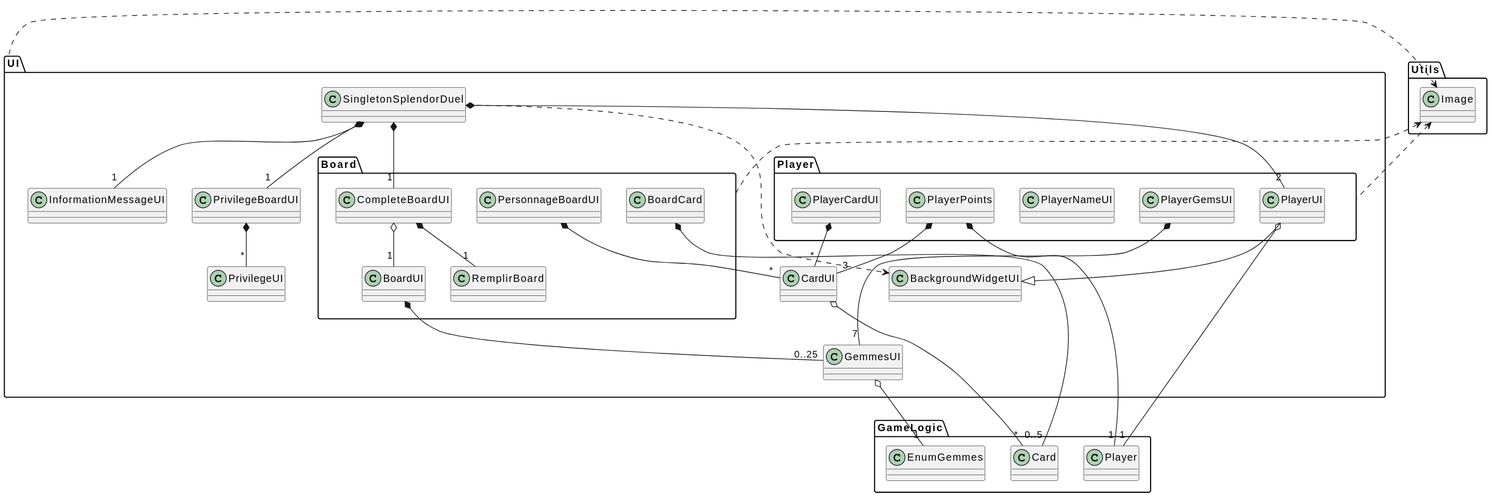
This is mcd_ui.svg from AI22-Splendor/Splendor_DUEL, a PlantUML export, as it was before one commit.
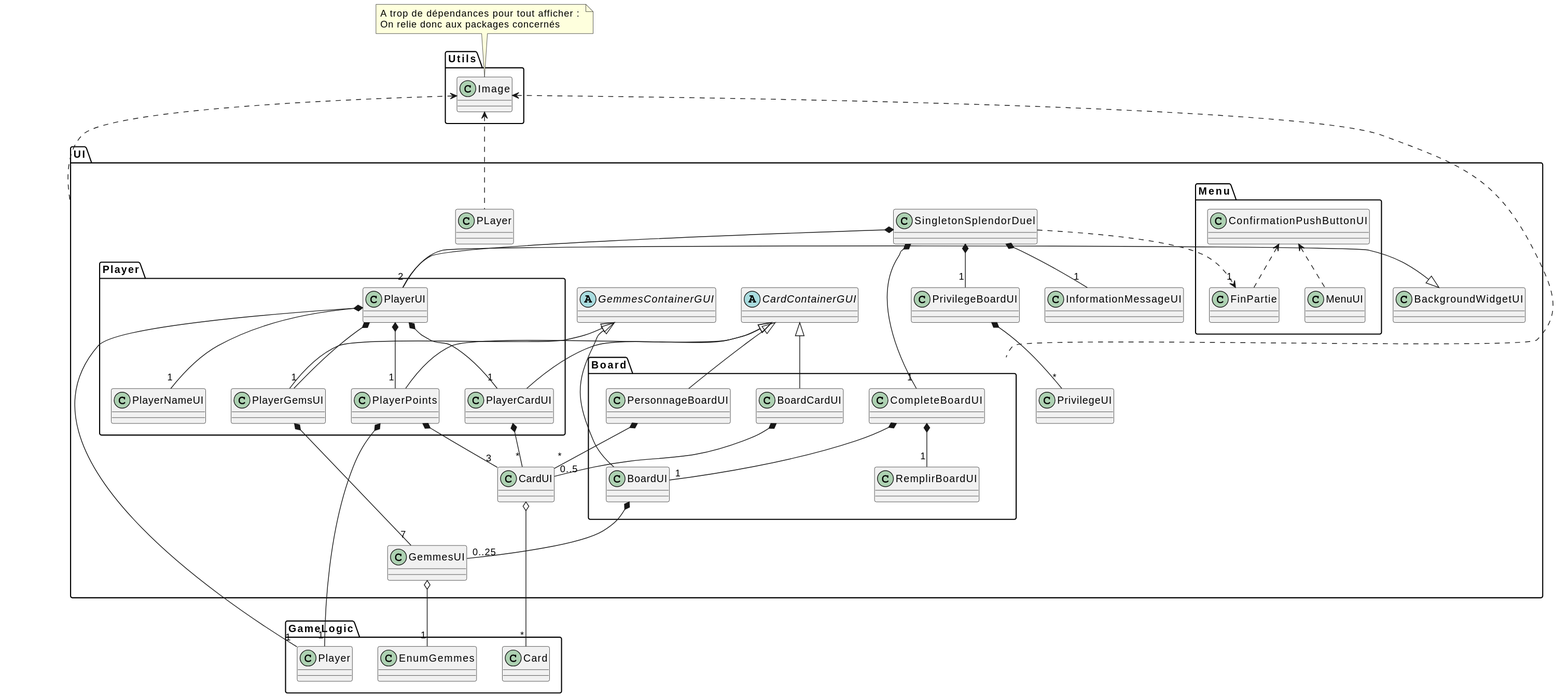
After the change.

Change to the diagram source:
```diff
@@ -3,8 +3,12 @@
 }
 
 package "Utils" {
-    class Image { }
+    class Image {}
 }
+
+note "A trop de dépendances pour tout afficher : \nOn relie donc aux packages concernés" as note_image
+note_image .- Image
+
 
 package "UI" {
     class BackgroundWidgetUI { }
@@ -14,13 +18,15 @@
     class PrivilegeBoardUI { }
     class PrivilegeUI { }
     class SingletonSplendorDuel { }
+    abstract class CardContainerGUI { }
+    abstract class GemmesContainerGUI { }
 
     package "Board" {
-        class BoardCard { }
+        class BoardCardUI { }
         class BoardUI { }
         class CompleteBoardUI { }
         class PersonnageBoardUI { }
-        class RemplirBoard { }
+        class RemplirBoardUI { }
     }
 
     package "Player" {
@@ -29,6 +35,12 @@
         class PlayerNameUI { }
         class PlayerPoints { }
         class PlayerUI { }
+    }
+
+    package "Menu" {
+        class ConfirmationPushButtonUI { }
+        class FinPartie { }
+        class MenuUI { }
     }
 }
 
@@ -42,18 +54,30 @@
 SingletonSplendorDuel *-- "2" PlayerUI
 SingletonSplendorDuel *-- "1" PrivilegeBoardUI
 SingletonSplendorDuel *-- "1" InformationMessageUI
-SingletonSplendorDuel ..> BackgroundWidgetUI
+SingletonSplendorDuel ..> "1" FinPartie
 
-BoardCard *-- "0..5" GameLogic.Card
+ConfirmationPushButtonUI <.. FinPartie
+ConfirmationPushButtonUI <.. MenuUI
+
+CardContainerGUI <|-- BoardCardUI
+CardContainerGUI <|-- PlayerCardUI
+CardContainerGUI <|-- PersonnageBoardUI
+CardContainerGUI <|-- PlayerPoints
+
+GemmesContainerGUI <|-- BoardUI
+GemmesContainerGUI <|-- PlayerGemsUI
+
+
+BoardCardUI *-- "0..5" CardUI
 
 BoardUI *-- "0..25" GemmesUI
 
-CompleteBoardUI o-- "1" BoardUI
-CompleteBoardUI *-- "1" RemplirBoard
+CompleteBoardUI *-- "1" BoardUI
+CompleteBoardUI *-- "1" RemplirBoardUI
 
 PersonnageBoardUI *-- "*" CardUI
 
-PlayerCardUI *- "*" CardUI
+PlayerCardUI *-- "*" CardUI
 
 PlayerGemsUI *-- "7" GemmesUI
 
@@ -61,9 +85,13 @@
 PlayerPoints *-- "1" GameLogic.Player
 
 PlayerUI o-- "1" GameLogic.Player
-PlayerUI --|> BackgroundWidgetUI
+PlayerUI *-- "1" PlayerPoints
+PlayerUI *-- "1" PlayerNameUI
+PlayerUI *-- "1" PlayerCardUI
+PlayerUI *-- "1" PlayerGemsUI
+PlayerUI -|> BackgroundWidgetUI
 
-Image <. UI
 Image <.. UI.Board
-Image <.. UI.Player
+Image <.. UI.PLayer
+Image <.. UI
 @enduml
```
